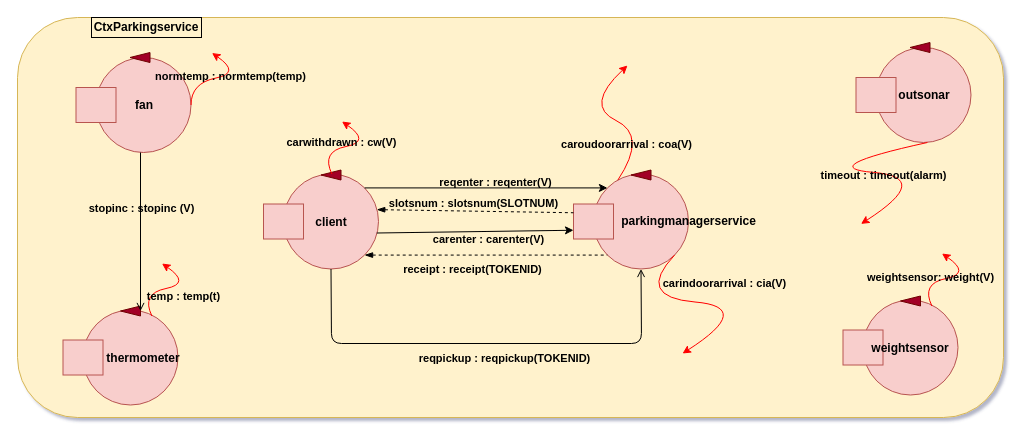
LeoManto/Mantovani_Leonardo keeps this draw.io diagram as Automated_Car_Parking/sprint_2/it.unibo.ParkManagerService_s2/userDocs/Modello2.drawio. Above is the earlier version. Source tidied: cells renumbered, new cells numbered last; positions are measured from the earlier drawing's top-left corner, leaving out a move shared by most shapes. Both pictures are drawn from the tidied source at 100%, with x=0, y=0 at pixel (17, 17).
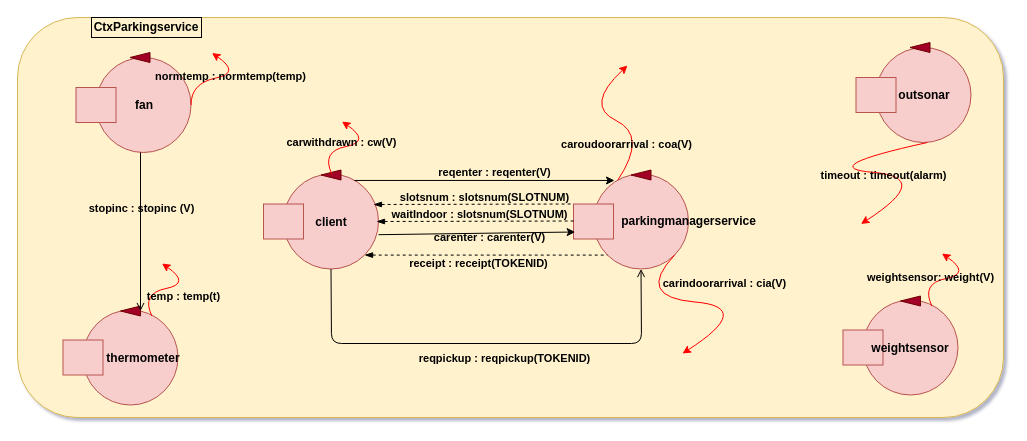
After the change.

The change refers to these unchanged cells:
```xml
<mxCell id="4" style="ellipse;whiteSpace=wrap;html=1;fillColor=#f8cecc;strokeColor=#b85450;" parent="1" vertex="1">
  <mxGeometry x="576" y="156.5" width="95" height="95" as="geometry" />
</mxCell>
<mxCell id="5" style="rounded=0;whiteSpace=wrap;html=1;fillColor=#f8cecc;strokeColor=#b85450;" parent="1" vertex="1">
  <mxGeometry x="556" y="186.5" width="40" height="35" as="geometry" />
</mxCell>
<mxCell id="14" style="ellipse;whiteSpace=wrap;html=1;fillColor=#f8cecc;strokeColor=#b85450;" parent="1" vertex="1">
  <mxGeometry x="266" y="156.5" width="95" height="95" as="geometry" />
</mxCell>
<mxCell id="32" style="endArrow=none;dashed=1;html=1;fontColor=#000000;startArrow=blockThin;startFill=1;entryX=0;entryY=1;entryDx=0;entryDy=0;strokeColor=#000000;exitX=1;exitY=1;exitDx=0;exitDy=0;" parent="1" edge="1" source="14" target="4">
  <mxGeometry relative="1" as="geometry" />
</mxCell>
```

Diff of the diagram source:
```diff
@@
-    <mxCell id="18" style="endArrow=classic;html=1;strokeColor=#000000;exitX=1;exitY=0;exitDx=0;exitDy=0;entryX=0;entryY=0;entryDx=0;entryDy=0;" parent="1" edge="1" source="14" target="4">
+    <mxCell id="18" style="endArrow=classic;html=1;strokeColor=#000000;exitX=0.747;exitY=0.068;exitDx=0;exitDy=0;entryX=0.221;entryY=0.068;entryDx=0;entryDy=0;entryPerimeter=0;exitPerimeter=0;" parent="1" edge="1" source="14" target="4">
       <mxGeometry relative="1" as="geometry" />
     </mxCell>
     <mxCell id="19" value="&lt;b&gt;reqenter : reqenter(V)&lt;/b&gt;" style="edgeLabel;html=1;align=center;verticalAlign=middle;labelBackgroundColor=none;fontColor=#000000;" parent="18" vertex="1">
       <mxGeometry x="0.24" y="2" relative="1" as="geometry">
-        <mxPoint x="-21" y="-4" as="offset" />
+        <mxPoint x="-21" y="-6" as="offset" />
       </mxGeometry>
     </mxCell>
@@
-    <mxCell id="22" style="endArrow=none;dashed=1;html=1;fontColor=#000000;startArrow=blockThin;startFill=1;strokeColor=#000000;entryX=0;entryY=0.25;entryDx=0;entryDy=0;exitX=0.982;exitY=0.375;exitDx=0;exitDy=0;exitPerimeter=0;" parent="1" edge="1" source="14" target="5">
-      <mxGeometry relative="1" as="geometry" />
+    <mxCell id="22" style="endArrow=none;dashed=1;html=1;fontColor=#000000;startArrow=blockThin;startFill=1;strokeColor=#000000;entryX=0;entryY=0;entryDx=0;entryDy=0;" parent="1" edge="1" target="5">
+      <mxGeometry relative="1" as="geometry">
+        <mxPoint x="356" y="187" as="sourcePoint" />
+      </mxGeometry>
     </mxCell>
     <mxCell id="23" value="&lt;b&gt;slotsnum : slotsnum(SLOTNUM)&lt;/b&gt;" style="edgeLabel;html=1;align=center;verticalAlign=middle;fontColor=#000000;labelBackgroundColor=none;" parent="22" vertex="1">
       <mxGeometry x="0.11" y="-3" relative="1" as="geometry">
-        <mxPoint x="-13" y="-11" as="offset" />
+        <mxPoint x="-1" y="-10" as="offset" />
       </mxGeometry>
     </mxCell>
@@
-    <mxCell id="30" style="endArrow=classic;html=1;strokeColor=#000000;exitX=0.982;exitY=0.621;exitDx=0;exitDy=0;entryX=0;entryY=0.75;entryDx=0;entryDy=0;exitPerimeter=0;" parent="1" edge="1" source="14" target="5">
-      <mxGeometry relative="1" as="geometry" />
+    <mxCell id="30" style="endArrow=classic;html=1;strokeColor=#000000;exitX=0.982;exitY=0.621;exitDx=0;exitDy=0;entryX=0;entryY=0.75;entryDx=0;entryDy=0;exitPerimeter=0;" parent="1" edge="1">
+      <mxGeometry relative="1" as="geometry">
+        <mxPoint x="361" y="217.2" as="sourcePoint" />
+        <mxPoint x="557.7" y="214.5" as="targetPoint" />
+      </mxGeometry>
     </mxCell>
     <mxCell id="31" value="&lt;b&gt;carenter : carenter(V)&lt;br&gt;&lt;/b&gt;" style="edgeLabel;html=1;align=center;verticalAlign=middle;labelBackgroundColor=none;fontColor=#000000;" parent="30" vertex="1">
       <mxGeometry x="0.24" y="2" relative="1" as="geometry">
-        <mxPoint x="-11" y="10" as="offset" />
+        <mxPoint x="-11" y="6" as="offset" />
       </mxGeometry>
     </mxCell>
@@
     <mxCell id="33" value="&lt;b&gt;receipt : receipt(TOKENID)&lt;br&gt;&lt;/b&gt;" style="edgeLabel;html=1;align=center;verticalAlign=middle;fontColor=#000000;labelBackgroundColor=none;" parent="32" vertex="1">
       <mxGeometry x="0.11" y="-3" relative="1" as="geometry">
-        <mxPoint x="-28" y="11" as="offset" />
+        <mxPoint x="-22" y="5" as="offset" />
       </mxGeometry>
     </mxCell>
@@
+    <mxCell id="55" style="endArrow=none;dashed=1;html=1;fontColor=#000000;startArrow=blockThin;startFill=1;strokeColor=#000000;entryX=0;entryY=0;entryDx=0;entryDy=0;" parent="1" edge="1">
+      <mxGeometry relative="1" as="geometry">
+        <mxPoint x="359" y="204" as="sourcePoint" />
+        <mxPoint x="559" y="203.5" as="targetPoint" />
+      </mxGeometry>
+    </mxCell>
+    <mxCell id="56" value="&lt;b&gt;waitIndoor : slotsnum(SLOTNUM)&lt;/b&gt;" style="edgeLabel;html=1;align=center;verticalAlign=middle;fontColor=#000000;labelBackgroundColor=none;" parent="55" vertex="1">
+      <mxGeometry x="0.11" y="-3" relative="1" as="geometry">
+        <mxPoint x="-9" y="-10" as="offset" />
+      </mxGeometry>
+    </mxCell>
```
